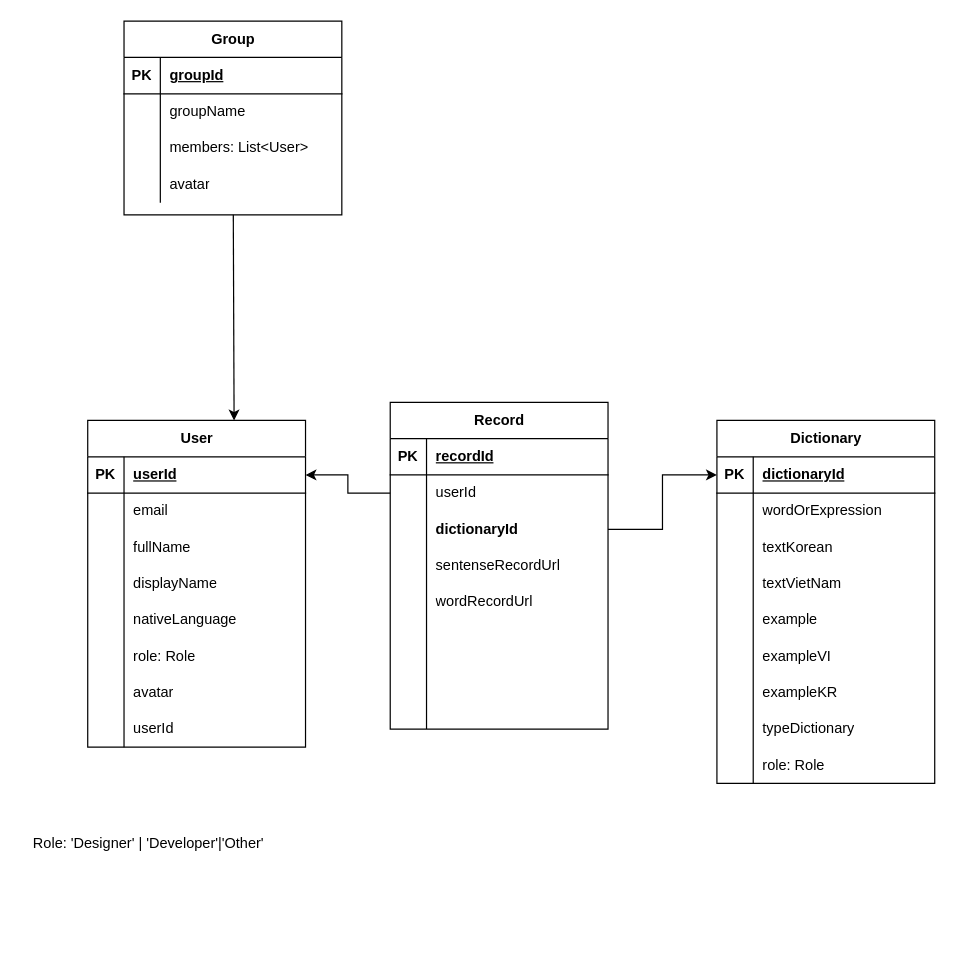
Above: docs/db.dio in dudaji-vn/my-english-accent (draw.io), before the change. Source tidied: cells renumbered, new cells numbered last; positions are measured from the earlier drawing's top-left corner, leaving out a move shared by most shapes. Both pictures are drawn from the tidied source at 121%, with x=0, y=0 at pixel (21, 21).
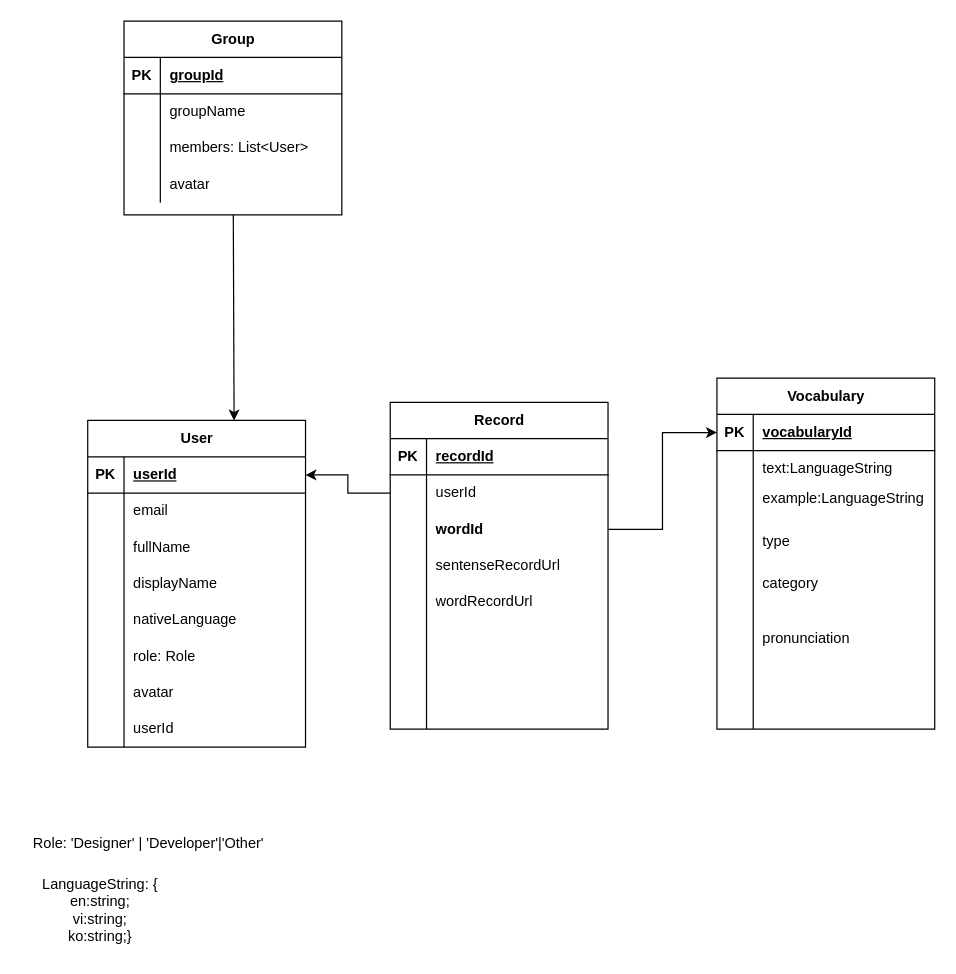
Above is the later version.

Unchanged cells that the change refers to:
```xml
<mxCell id="28" style="shape=tableRow;horizontal=0;startSize=0;swimlaneHead=0;swimlaneBody=0;fillColor=none;points=[[0,0.5],[1,0.5]];portConstraint=eastwest;top=0;left=0;right=0;bottom=1;" parent="27" vertex="1">
  <mxGeometry y="30" width="180" height="30" as="geometry" />
</mxCell>
<mxCell id="31" style="shape=tableRow;horizontal=0;startSize=0;swimlaneHead=0;swimlaneBody=0;fillColor=none;top=0;left=0;right=0;bottom=0;" parent="27" vertex="1">
  <mxGeometry y="60" width="180" height="30" as="geometry" />
</mxCell>
<mxCell id="34" style="shape=tableRow;horizontal=0;startSize=0;swimlaneHead=0;swimlaneBody=0;fillColor=none;top=0;left=0;right=0;bottom=0;" parent="27" vertex="1">
  <mxGeometry y="90" width="180" height="30" as="geometry" />
</mxCell>
<mxCell id="62" style="shape=tableRow;horizontal=0;startSize=0;swimlaneHead=0;swimlaneBody=0;fillColor=none;points=[[0,0.5],[1,0.5]];portConstraint=eastwest;top=0;left=0;right=0;bottom=0;" parent="55" vertex="1">
  <mxGeometry y="90" width="180" height="30" as="geometry" />
</mxCell>
```

The edit, as a diff of the source:
```diff
@@
-    <mxCell id="27" value="Dictionary" style="shape=table;startSize=30;childLayout=tableLayout;rowLines=0;fontStyle=1;align=center;html=1;" parent="1" vertex="1">
-      <mxGeometry x="575" y="330" width="180" height="300" as="geometry" />
+    <mxCell id="27" value="Vocabulary" style="shape=table;startSize=30;childLayout=tableLayout;rowLines=0;fontStyle=1;align=center;html=1;" parent="1" vertex="1">
+      <mxGeometry x="575" y="295" width="180" height="290" as="geometry" />
     </mxCell>
@@
-    <mxCell id="30" value="&lt;span style=&quot;text-align: center;&quot;&gt;dictionaryId&lt;/span&gt;" style="shape=partialRectangle;fillColor=none;top=0;left=0;bottom=0;right=0;align=left;spacingLeft=6;fontStyle=5;overflow=hidden;whiteSpace=wrap;html=1;" parent="28" vertex="1">
+    <mxCell id="30" value="&lt;div style=&quot;text-align: center;&quot;&gt;&lt;span style=&quot;background-color: initial;&quot;&gt;vocabularyId&lt;/span&gt;&lt;/div&gt;" style="shape=partialRectangle;fillColor=none;top=0;left=0;bottom=0;right=0;align=left;spacingLeft=6;fontStyle=5;overflow=hidden;whiteSpace=wrap;html=1;" parent="28" vertex="1">
       <mxGeometry x="30" width="150" height="30" as="geometry" />
     </mxCell>
@@
-    <mxCell id="33" value="wordOrExpression" style="shape=partialRectangle;fillColor=none;top=0;left=0;bottom=0;right=0;align=left;spacingLeft=6;overflow=hidden;whiteSpace=wrap;html=1;" parent="31" vertex="1">
+    <mxCell id="33" value="text:&lt;span style=&quot;text-align: center;&quot;&gt;LanguageString&lt;/span&gt;" style="shape=partialRectangle;fillColor=none;top=0;left=0;bottom=0;right=0;align=left;spacingLeft=6;overflow=hidden;whiteSpace=wrap;html=1;" parent="31" vertex="1">
       <mxGeometry x="30" width="150" height="30" as="geometry" />
     </mxCell>
@@
-    <mxCell id="36" value="textKorean" style="shape=partialRectangle;fillColor=none;top=0;left=0;bottom=0;right=0;align=left;spacingLeft=6;overflow=hidden;whiteSpace=wrap;html=1;" parent="34" vertex="1">
+    <mxCell id="36" style="shape=partialRectangle;fillColor=none;top=0;left=0;bottom=0;right=0;align=left;spacingLeft=6;overflow=hidden;whiteSpace=wrap;html=1;" parent="34" vertex="1">
       <mxGeometry x="30" width="150" height="30" as="geometry" />
     </mxCell>
+    <mxCell id="49" style="shape=tableRow;horizontal=0;startSize=0;swimlaneHead=0;swimlaneBody=0;fillColor=none;top=0;left=0;right=0;bottom=0;" parent="27" vertex="1">
+      <mxGeometry y="120" width="180" height="30" as="geometry" />
+    </mxCell>
+    <mxCell id="50" style="shape=partialRectangle;fillColor=none;top=0;left=0;bottom=0;right=0;overflow=hidden;whiteSpace=wrap;html=1;" parent="49" vertex="1">
+      <mxGeometry width="30" height="30" as="geometry" />
+    </mxCell>
+    <mxCell id="51" value="type" style="shape=partialRectangle;fillColor=none;top=0;left=0;bottom=0;right=0;align=left;spacingLeft=6;overflow=hidden;whiteSpace=wrap;html=1;" parent="49" vertex="1">
+      <mxGeometry x="30" width="150" height="30" as="geometry" />
+    </mxCell>
+    <mxCell id="40" style="shape=tableRow;horizontal=0;startSize=0;swimlaneHead=0;swimlaneBody=0;fillColor=none;top=0;left=0;right=0;bottom=0;" parent="27" vertex="1">
+      <mxGeometry y="150" width="180" height="20" as="geometry" />
+    </mxCell>
+    <mxCell id="41" style="shape=partialRectangle;fillColor=none;top=0;left=0;bottom=0;right=0;overflow=hidden;whiteSpace=wrap;html=1;" parent="40" vertex="1">
+      <mxGeometry width="30" height="20" as="geometry" />
+    </mxCell>
+    <mxCell id="42" style="shape=partialRectangle;fillColor=none;top=0;left=0;bottom=0;right=0;align=left;spacingLeft=6;overflow=hidden;whiteSpace=wrap;html=1;" parent="40" vertex="1">
+      <mxGeometry x="30" width="150" height="20" as="geometry" />
+    </mxCell>
     <mxCell id="37" style="shape=tableRow;horizontal=0;startSize=0;swimlaneHead=0;swimlaneBody=0;fillColor=none;top=0;left=0;right=0;bottom=0;" parent="27" vertex="1">
-      <mxGeometry y="120" width="180" height="30" as="geometry" />
+      <mxGeometry y="170" width="180" height="30" as="geometry" />
     </mxCell>
@@
-    <mxCell id="39" value="textVietNam" style="shape=partialRectangle;fillColor=none;top=0;left=0;bottom=0;right=0;align=left;spacingLeft=6;overflow=hidden;whiteSpace=wrap;html=1;" parent="37" vertex="1">
+    <mxCell id="39" style="shape=partialRectangle;fillColor=none;top=0;left=0;bottom=0;right=0;align=left;spacingLeft=6;overflow=hidden;whiteSpace=wrap;html=1;" parent="37" vertex="1">
       <mxGeometry x="30" width="150" height="30" as="geometry" />
     </mxCell>
-    <mxCell id="40" style="shape=tableRow;horizontal=0;startSize=0;swimlaneHead=0;swimlaneBody=0;fillColor=none;top=0;left=0;right=0;bottom=0;" parent="27" vertex="1">
-      <mxGeometry y="150" width="180" height="30" as="geometry" />
-    </mxCell>
-    <mxCell id="41" style="shape=partialRectangle;fillColor=none;top=0;left=0;bottom=0;right=0;overflow=hidden;whiteSpace=wrap;html=1;" parent="40" vertex="1">
-      <mxGeometry width="30" height="30" as="geometry" />
-    </mxCell>
-    <mxCell id="42" value="example" style="shape=partialRectangle;fillColor=none;top=0;left=0;bottom=0;right=0;align=left;spacingLeft=6;overflow=hidden;whiteSpace=wrap;html=1;" parent="40" vertex="1">
-      <mxGeometry x="30" width="150" height="30" as="geometry" />
-    </mxCell>
+    <mxCell id="46" style="shape=tableRow;horizontal=0;startSize=0;swimlaneHead=0;swimlaneBody=0;fillColor=none;top=0;left=0;right=0;bottom=0;" parent="27" vertex="1">
+      <mxGeometry y="200" width="180" height="30" as="geometry" />
+    </mxCell>
+    <mxCell id="47" style="shape=partialRectangle;fillColor=none;top=0;left=0;bottom=0;right=0;overflow=hidden;whiteSpace=wrap;html=1;" parent="46" vertex="1">
+      <mxGeometry width="30" height="30" as="geometry" />
+    </mxCell>
+    <mxCell id="48" value="pronunciation" style="shape=partialRectangle;fillColor=none;top=0;left=0;bottom=0;right=0;align=left;spacingLeft=6;overflow=hidden;whiteSpace=wrap;html=1;" parent="46" vertex="1">
+      <mxGeometry x="30" width="150" height="30" as="geometry" />
+    </mxCell>
     <mxCell id="43" style="shape=tableRow;horizontal=0;startSize=0;swimlaneHead=0;swimlaneBody=0;fillColor=none;top=0;left=0;right=0;bottom=0;" parent="27" vertex="1">
-      <mxGeometry y="180" width="180" height="30" as="geometry" />
+      <mxGeometry y="230" width="180" height="30" as="geometry" />
     </mxCell>
@@
-    <mxCell id="45" value="exampleVI" style="shape=partialRectangle;fillColor=none;top=0;left=0;bottom=0;right=0;align=left;spacingLeft=6;overflow=hidden;whiteSpace=wrap;html=1;" parent="43" vertex="1">
+    <mxCell id="45" value="&lt;font face=&quot;monospace&quot; color=&quot;rgba(0, 0, 0, 0)&quot;&gt;&lt;span style=&quot;font-size: 0px;&quot;&gt;pronunciation&lt;/span&gt;&lt;/font&gt;" style="shape=partialRectangle;fillColor=none;top=0;left=0;bottom=0;right=0;align=left;spacingLeft=6;overflow=hidden;whiteSpace=wrap;html=1;" parent="43" vertex="1">
       <mxGeometry x="30" width="150" height="30" as="geometry" />
     </mxCell>
-    <mxCell id="46" style="shape=tableRow;horizontal=0;startSize=0;swimlaneHead=0;swimlaneBody=0;fillColor=none;top=0;left=0;right=0;bottom=0;" parent="27" vertex="1">
-      <mxGeometry y="210" width="180" height="30" as="geometry" />
-    </mxCell>
-    <mxCell id="47" style="shape=partialRectangle;fillColor=none;top=0;left=0;bottom=0;right=0;overflow=hidden;whiteSpace=wrap;html=1;" parent="46" vertex="1">
-      <mxGeometry width="30" height="30" as="geometry" />
-    </mxCell>
-    <mxCell id="48" value="exampleKR" style="shape=partialRectangle;fillColor=none;top=0;left=0;bottom=0;right=0;align=left;spacingLeft=6;overflow=hidden;whiteSpace=wrap;html=1;" parent="46" vertex="1">
-      <mxGeometry x="30" width="150" height="30" as="geometry" />
-    </mxCell>
-    <mxCell id="49" style="shape=tableRow;horizontal=0;startSize=0;swimlaneHead=0;swimlaneBody=0;fillColor=none;top=0;left=0;right=0;bottom=0;" parent="27" vertex="1">
-      <mxGeometry y="240" width="180" height="30" as="geometry" />
-    </mxCell>
-    <mxCell id="50" style="shape=partialRectangle;fillColor=none;top=0;left=0;bottom=0;right=0;overflow=hidden;whiteSpace=wrap;html=1;" parent="49" vertex="1">
-      <mxGeometry width="30" height="30" as="geometry" />
-    </mxCell>
-    <mxCell id="51" value="typeDictionary" style="shape=partialRectangle;fillColor=none;top=0;left=0;bottom=0;right=0;align=left;spacingLeft=6;overflow=hidden;whiteSpace=wrap;html=1;" parent="49" vertex="1">
-      <mxGeometry x="30" width="150" height="30" as="geometry" />
-    </mxCell>
     <mxCell id="52" style="shape=tableRow;horizontal=0;startSize=0;swimlaneHead=0;swimlaneBody=0;fillColor=none;top=0;left=0;right=0;bottom=0;" parent="27" vertex="1">
-      <mxGeometry y="270" width="180" height="30" as="geometry" />
+      <mxGeometry y="260" width="180" height="30" as="geometry" />
     </mxCell>
@@
-    <mxCell id="54" value="role: Role" style="shape=partialRectangle;fillColor=none;top=0;left=0;bottom=0;right=0;align=left;spacingLeft=6;overflow=hidden;whiteSpace=wrap;html=1;" parent="52" vertex="1">
+    <mxCell id="54" style="shape=partialRectangle;fillColor=none;top=0;left=0;bottom=0;right=0;align=left;spacingLeft=6;overflow=hidden;whiteSpace=wrap;html=1;" parent="52" vertex="1">
       <mxGeometry x="30" width="150" height="30" as="geometry" />
     </mxCell>
@@
-    <mxCell id="64" value="&lt;span style=&quot;font-weight: 700; text-align: center;&quot;&gt;dictionaryId&lt;/span&gt;" style="shape=partialRectangle;fillColor=none;top=0;left=0;bottom=0;right=0;align=left;spacingLeft=6;overflow=hidden;whiteSpace=wrap;html=1;" parent="62" vertex="1">
+    <mxCell id="64" value="&lt;span style=&quot;font-weight: 700; text-align: center;&quot;&gt;wordId&lt;/span&gt;" style="shape=partialRectangle;fillColor=none;top=0;left=0;bottom=0;right=0;align=left;spacingLeft=6;overflow=hidden;whiteSpace=wrap;html=1;" parent="62" vertex="1">
       <mxGeometry x="30" width="150" height="30" as="geometry" />
     </mxCell>
@@
+    <mxCell id="97" value="LanguageString: {&lt;br&gt;en:string;&lt;br&gt;vi:string;&lt;br&gt;ko:string;}" style="text;html=1;align=center;verticalAlign=middle;strokeColor=none;fillColor=none;" parent="1" vertex="1">
+      <mxGeometry x="5" y="700" width="120" height="70" as="geometry" />
+    </mxCell>
+    <mxCell id="98" value="example:&lt;span style=&quot;text-align: center;&quot;&gt;LanguageString&lt;/span&gt;" style="shape=partialRectangle;fillColor=none;top=0;left=0;bottom=0;right=0;align=left;spacingLeft=6;overflow=hidden;whiteSpace=wrap;html=1;" parent="1" vertex="1">
+      <mxGeometry x="605" y="380" width="150" height="30" as="geometry" />
+    </mxCell>
+    <mxCell id="99" value="category" style="shape=partialRectangle;fillColor=none;top=0;left=0;bottom=0;right=0;align=left;spacingLeft=6;overflow=hidden;whiteSpace=wrap;html=1;" parent="1" vertex="1">
+      <mxGeometry x="605" y="450" width="150" height="30" as="geometry" />
+    </mxCell>
```
